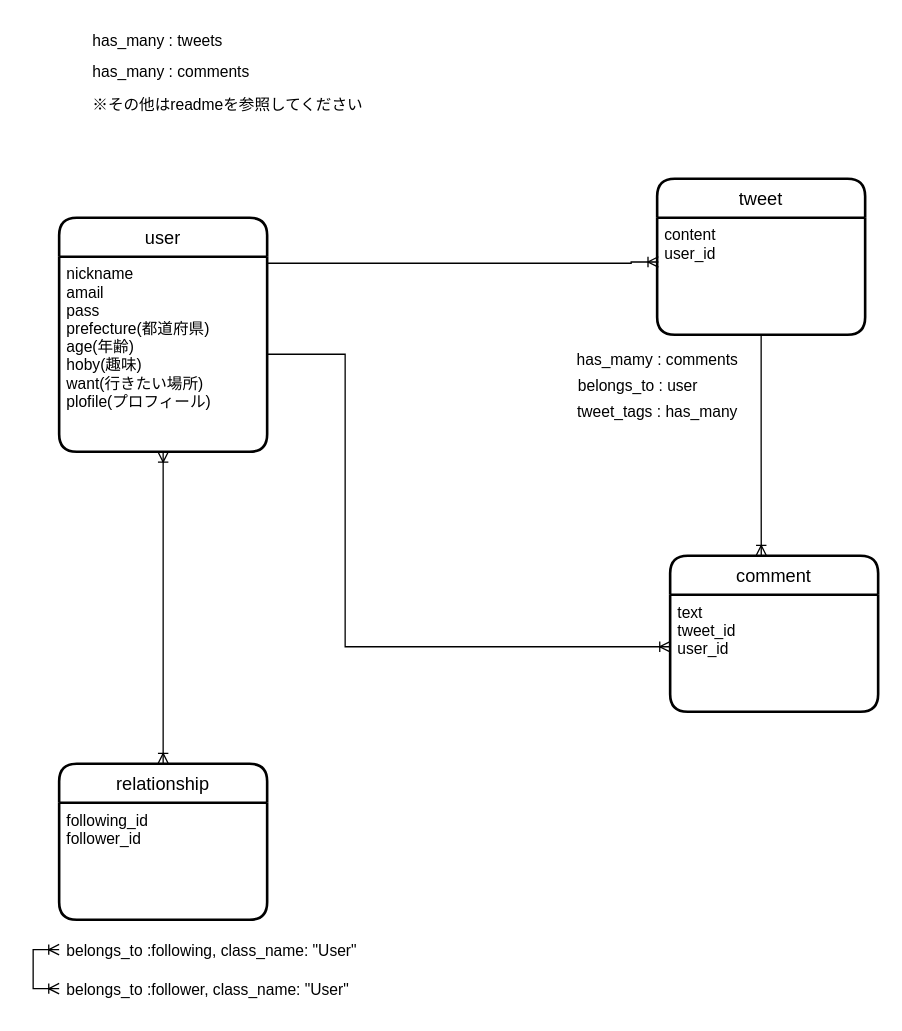
Before: Drow.dio in nannano-sys/origin_app, a draw.io diagram. Source tidied: cells renumbered, new cells numbered last; positions are measured from the earlier drawing's top-left corner, leaving out a move shared by most shapes. Both pictures are drawn from the tidied source at 130%, with x=0, y=0 at pixel (58, 22).
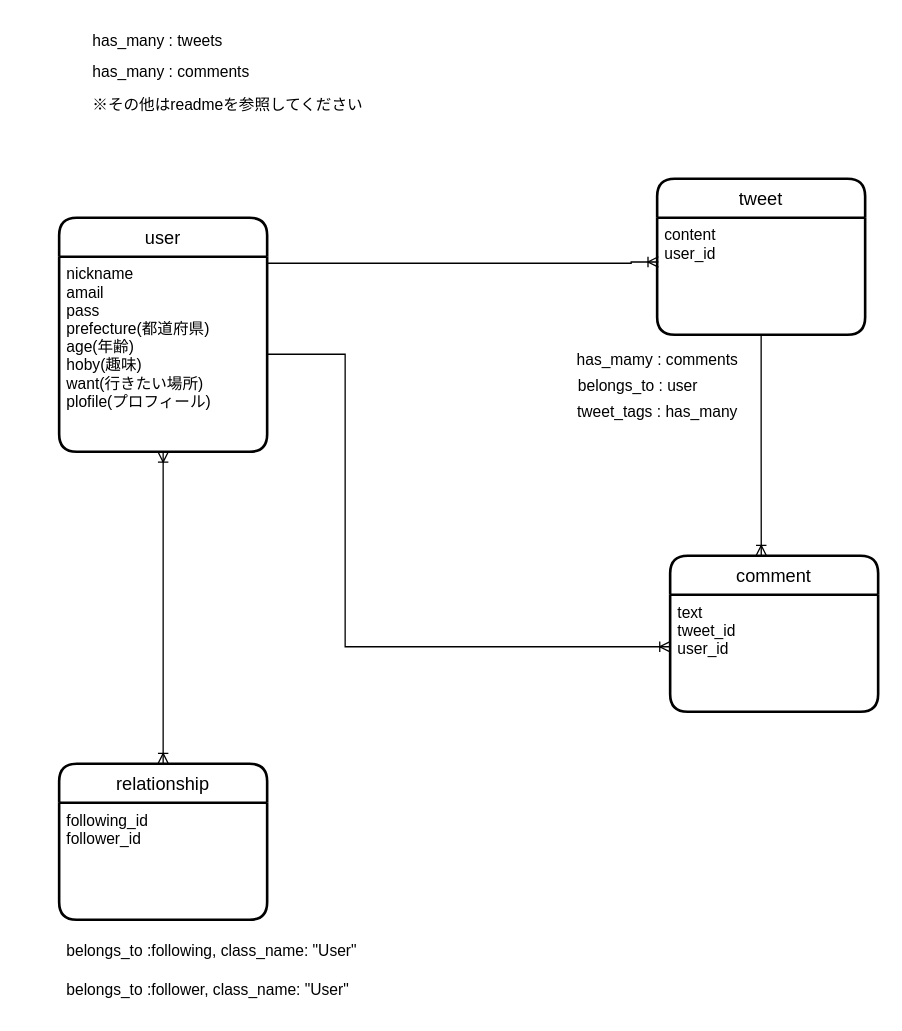
Above is the later version.

Unchanged cells that the change refers to:
```xml
<mxCell id="21" value="belongs_to :following, class_name: &quot;User&quot;" style="text;strokeColor=none;fillColor=none;align=left;verticalAlign=top;spacingLeft=4;spacingRight=4;overflow=hidden;points=[[0,0.5],[1,0.5]];portConstraint=eastwest;" parent="1" vertex="1">
  <mxGeometry y="700" width="250" height="26" as="geometry" />
</mxCell>
<mxCell id="23" value="belongs_to :follower, class_name: &quot;User&quot;" style="text;strokeColor=none;fillColor=none;align=left;verticalAlign=top;spacingLeft=4;spacingRight=4;overflow=hidden;points=[[0,0.5],[1,0.5]];portConstraint=eastwest;" parent="1" vertex="1">
  <mxGeometry y="730" width="310" height="26" as="geometry" />
</mxCell>
```

Diff of the diagram source:
```diff
@@
-    <mxCell id="22" style="edgeStyle=orthogonalEdgeStyle;rounded=0;jettySize=auto;html=1;startArrow=ERoneToMany;startFill=0;endArrow=ERoneToMany;endFill=0;" parent="1" edge="1" source="23" target="21">
-      <mxGeometry relative="1" as="geometry" />
-    </mxCell>
```
